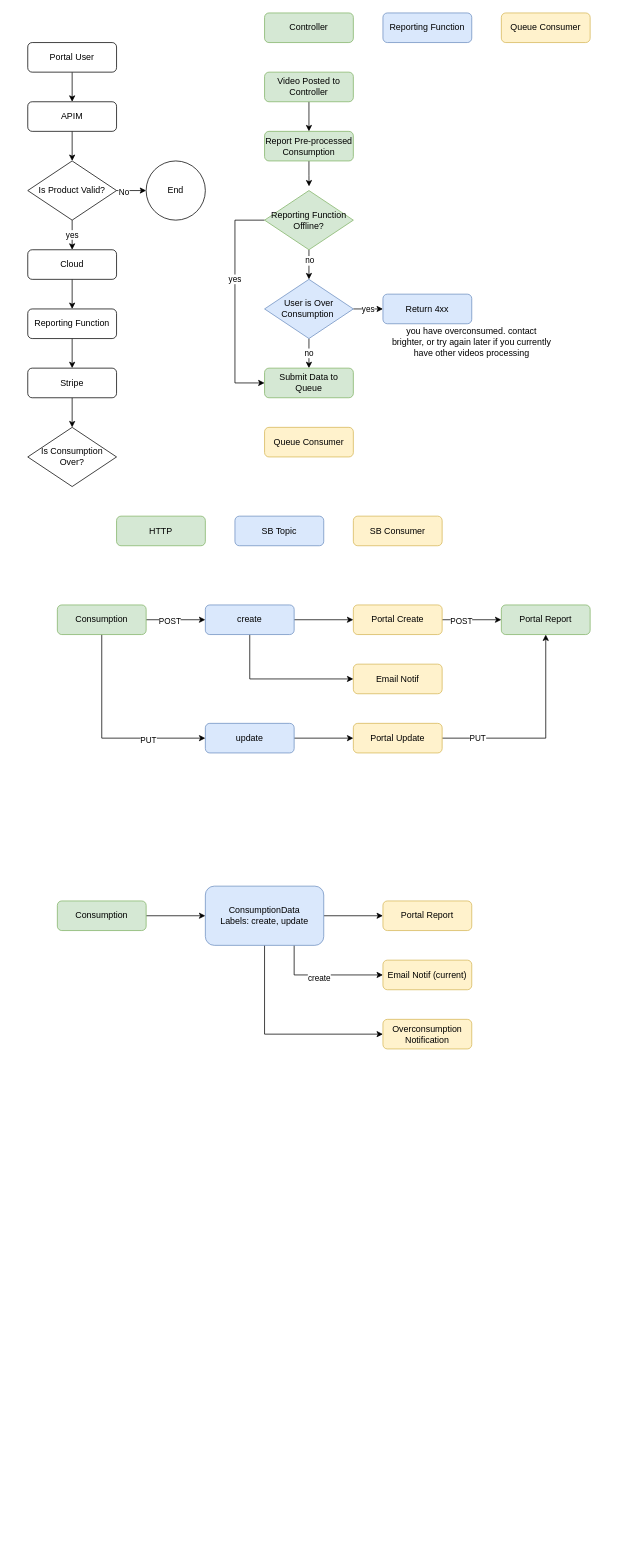
Earlier version of the draw.io diagram portal-pricing-change.drawio (fredyeah/diagrams). Source tidied: cells renumbered, new cells numbered last; positions are measured from the earlier drawing's top-left corner, leaving out a move shared by most shapes. Both pictures are drawn from the tidied source at 74%, with x=0, y=0 at pixel (27, 13).
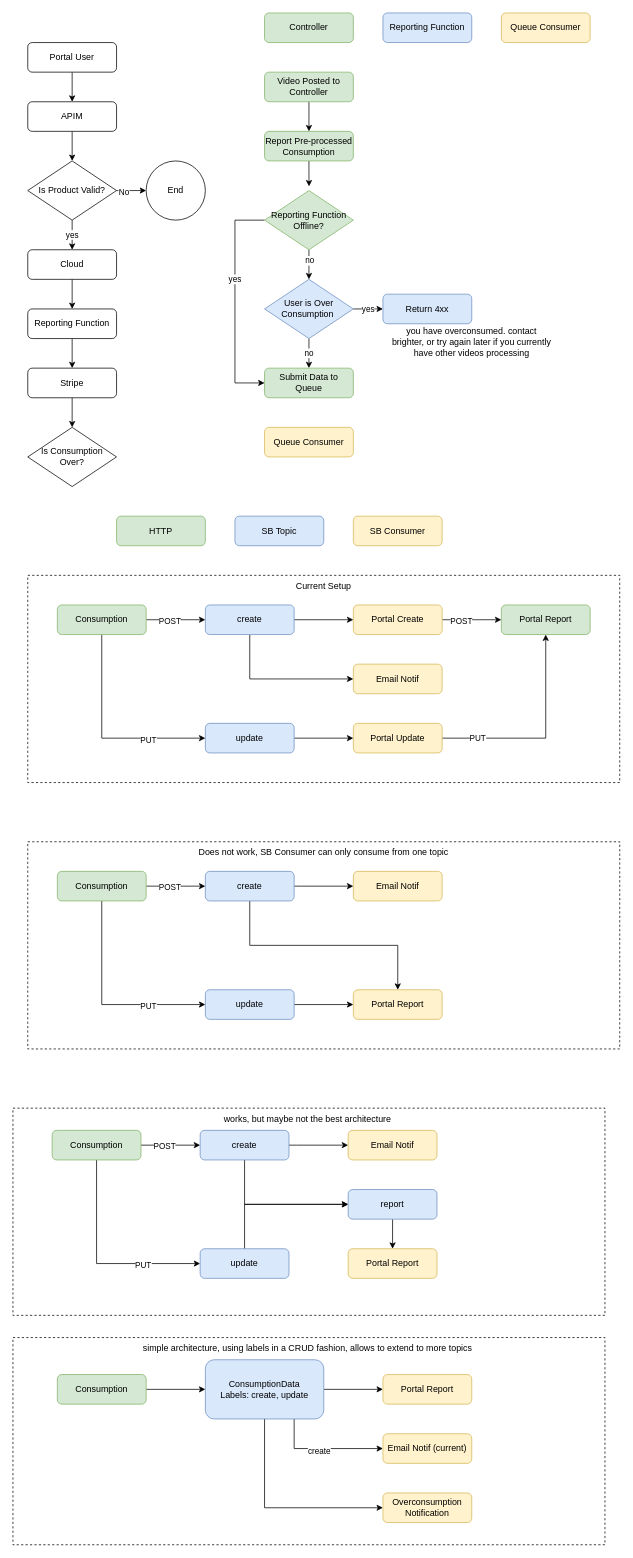
The same page after the edit.

Change to the diagram source:
```diff
@@
+    <mxCell id="68" style="rounded=0;whiteSpace=wrap;html=1;fillColor=default;dashed=1;" parent="1" vertex="1">
+      <mxGeometry x="-20" y="1790" width="800" height="280" as="geometry" />
+    </mxCell>
+    <mxCell id="69" value="simple architecture, using labels in a CRUD fashion, allows to extend to more topics&amp;nbsp;" style="text;html=1;strokeColor=none;fillColor=none;align=center;verticalAlign=middle;whiteSpace=wrap;rounded=0;" parent="1" vertex="1">
+      <mxGeometry x="130" y="1790" width="500" height="30" as="geometry" />
+    </mxCell>
+    <mxCell id="70" style="rounded=0;whiteSpace=wrap;html=1;fillColor=default;dashed=1;" parent="1" vertex="1">
+      <mxGeometry x="-20" y="1480" width="800" height="280" as="geometry" />
+    </mxCell>
+    <mxCell id="71" value="works, but maybe not the best architecture&amp;nbsp;" style="text;html=1;strokeColor=none;fillColor=none;align=center;verticalAlign=middle;whiteSpace=wrap;rounded=0;" parent="1" vertex="1">
+      <mxGeometry x="130" y="1480" width="500" height="30" as="geometry" />
+    </mxCell>
+    <mxCell id="72" style="rounded=0;whiteSpace=wrap;html=1;fillColor=default;dashed=1;" parent="1" vertex="1">
+      <mxGeometry y="1120" width="800" height="280" as="geometry" />
+    </mxCell>
+    <mxCell id="73" value="Does not work, SB Consumer can only consume from one topic" style="text;html=1;strokeColor=none;fillColor=none;align=center;verticalAlign=middle;whiteSpace=wrap;rounded=0;" parent="1" vertex="1">
+      <mxGeometry x="150" y="1120" width="500" height="30" as="geometry" />
+    </mxCell>
+    <mxCell id="74" style="rounded=0;whiteSpace=wrap;html=1;fillColor=default;dashed=1;" parent="1" vertex="1">
+      <mxGeometry y="760" width="800" height="280" as="geometry" />
+    </mxCell>
@@
     <mxCell id="59" value="Consumption" style="rounded=1;whiteSpace=wrap;html=1;fillColor=#d5e8d4;strokeColor=#82b366;" parent="1" vertex="1">
-      <mxGeometry x="40" y="1200" width="120" height="40" as="geometry" />
+      <mxGeometry x="40" y="1840" width="120" height="40" as="geometry" />
     </mxCell>
@@
     <mxCell id="61" style="edgeStyle=orthogonalEdgeStyle;rounded=0;jettySize=auto;html=1;entryX=0;entryY=0.5;entryDx=0;entryDy=0;" parent="1" edge="1" source="64" target="66">
       <mxGeometry relative="1" as="geometry">
         <Array as="points">
-          <mxPoint x="360" y="1300" />
+          <mxPoint x="360" y="1940" />
         </Array>
       </mxGeometry>
     </mxCell>
@@
     <mxCell id="63" style="edgeStyle=orthogonalEdgeStyle;rounded=0;jettySize=auto;html=1;entryX=0;entryY=0.5;entryDx=0;entryDy=0;" parent="1" edge="1" source="64" target="67">
       <mxGeometry relative="1" as="geometry">
         <Array as="points">
-          <mxPoint x="320" y="1380" />
+          <mxPoint x="320" y="2020" />
         </Array>
       </mxGeometry>
     </mxCell>
     <mxCell id="64" value="ConsumptionData&lt;br&gt;Labels:&amp;nbsp;create, update" style="rounded=1;whiteSpace=wrap;html=1;fillColor=#dae8fc;strokeColor=#6c8ebf;" parent="1" vertex="1">
-      <mxGeometry x="240" y="1180" width="160" height="80" as="geometry" />
+      <mxGeometry x="240" y="1820" width="160" height="80" as="geometry" />
     </mxCell>
     <mxCell id="65" value="Portal Report" style="rounded=1;whiteSpace=wrap;html=1;fillColor=#fff2cc;strokeColor=#d6b656;" parent="1" vertex="1">
-      <mxGeometry x="480" y="1200" width="120" height="40" as="geometry" />
+      <mxGeometry x="480" y="1840" width="120" height="40" as="geometry" />
     </mxCell>
     <mxCell id="66" value="Email Notif (current)" style="rounded=1;whiteSpace=wrap;html=1;fillColor=#fff2cc;strokeColor=#d6b656;" parent="1" vertex="1">
-      <mxGeometry x="480" y="1280" width="120" height="40" as="geometry" />
+      <mxGeometry x="480" y="1920" width="120" height="40" as="geometry" />
     </mxCell>
     <mxCell id="67" value="Overconsumption Notification" style="rounded=1;whiteSpace=wrap;html=1;fillColor=#fff2cc;strokeColor=#d6b656;" parent="1" vertex="1">
-      <mxGeometry x="480" y="1360" width="120" height="40" as="geometry" />
+      <mxGeometry x="480" y="2000" width="120" height="40" as="geometry" />
     </mxCell>
+    <mxCell id="75" style="edgeStyle=orthogonalEdgeStyle;rounded=0;jettySize=auto;html=1;entryX=0;entryY=0.5;entryDx=0;entryDy=0;" parent="1" edge="1" source="79" target="82">
+      <mxGeometry relative="1" as="geometry" />
+    </mxCell>
+    <mxCell id="76" value="POST" style="edgeLabel;html=1;align=center;verticalAlign=middle;" parent="75" vertex="1">
+      <mxGeometry x="-0.2" y="-1" relative="1" as="geometry">
+        <mxPoint x="-1" as="offset" />
+      </mxGeometry>
+    </mxCell>
+    <mxCell id="77" style="edgeStyle=orthogonalEdgeStyle;rounded=0;jettySize=auto;html=1;entryX=0;entryY=0.5;entryDx=0;entryDy=0;" parent="1" edge="1" source="79" target="84">
+      <mxGeometry relative="1" as="geometry">
+        <Array as="points">
+          <mxPoint x="100" y="1340" />
+        </Array>
+      </mxGeometry>
+    </mxCell>
+    <mxCell id="78" value="PUT" style="edgeLabel;html=1;align=center;verticalAlign=middle;" parent="77" vertex="1">
+      <mxGeometry x="0.45" y="-2" relative="1" as="geometry">
+        <mxPoint x="-1" as="offset" />
+      </mxGeometry>
+    </mxCell>
+    <mxCell id="79" value="Consumption" style="rounded=1;whiteSpace=wrap;html=1;fillColor=#d5e8d4;strokeColor=#82b366;" parent="1" vertex="1">
+      <mxGeometry x="40" y="1160" width="120" height="40" as="geometry" />
+    </mxCell>
+    <mxCell id="80" style="edgeStyle=orthogonalEdgeStyle;rounded=0;jettySize=auto;html=1;entryX=0;entryY=0.5;entryDx=0;entryDy=0;" parent="1" edge="1" source="82" target="85">
+      <mxGeometry relative="1" as="geometry">
+        <Array as="points">
+          <mxPoint x="370" y="1180" />
+          <mxPoint x="370" y="1180" />
+        </Array>
+      </mxGeometry>
+    </mxCell>
+    <mxCell id="81" style="edgeStyle=orthogonalEdgeStyle;rounded=0;jettySize=auto;html=1;entryX=0.5;entryY=0;entryDx=0;entryDy=0;" parent="1" edge="1" source="82" target="86">
+      <mxGeometry relative="1" as="geometry">
+        <Array as="points">
+          <mxPoint x="300" y="1260" />
+          <mxPoint x="500" y="1260" />
+        </Array>
+      </mxGeometry>
+    </mxCell>
+    <mxCell id="82" value="create" style="rounded=1;whiteSpace=wrap;html=1;fillColor=#dae8fc;strokeColor=#6c8ebf;" parent="1" vertex="1">
+      <mxGeometry x="240" y="1160" width="120" height="40" as="geometry" />
+    </mxCell>
+    <mxCell id="83" style="edgeStyle=orthogonalEdgeStyle;rounded=0;jettySize=auto;html=1;entryX=0;entryY=0.5;entryDx=0;entryDy=0;" parent="1" edge="1" source="84" target="86">
+      <mxGeometry relative="1" as="geometry" />
+    </mxCell>
+    <mxCell id="84" value="update" style="rounded=1;whiteSpace=wrap;html=1;fillColor=#dae8fc;strokeColor=#6c8ebf;" parent="1" vertex="1">
+      <mxGeometry x="240" y="1320" width="120" height="40" as="geometry" />
+    </mxCell>
+    <mxCell id="85" value="Email Notif" style="rounded=1;whiteSpace=wrap;html=1;fillColor=#fff2cc;strokeColor=#d6b656;" parent="1" vertex="1">
+      <mxGeometry x="440" y="1160" width="120" height="40" as="geometry" />
+    </mxCell>
+    <mxCell id="86" value="Portal Report" style="rounded=1;whiteSpace=wrap;html=1;fillColor=#fff2cc;strokeColor=#d6b656;" parent="1" vertex="1">
+      <mxGeometry x="440" y="1320" width="120" height="40" as="geometry" />
+    </mxCell>
+    <mxCell id="87" style="edgeStyle=orthogonalEdgeStyle;rounded=0;jettySize=auto;html=1;entryX=0;entryY=0.5;entryDx=0;entryDy=0;" parent="1" edge="1" source="91" target="94">
+      <mxGeometry relative="1" as="geometry" />
+    </mxCell>
+    <mxCell id="88" value="POST" style="edgeLabel;html=1;align=center;verticalAlign=middle;" parent="87" vertex="1">
+      <mxGeometry x="-0.2" y="-1" relative="1" as="geometry">
+        <mxPoint x="-1" as="offset" />
+      </mxGeometry>
+    </mxCell>
+    <mxCell id="89" style="edgeStyle=orthogonalEdgeStyle;rounded=0;jettySize=auto;html=1;entryX=0;entryY=0.5;entryDx=0;entryDy=0;" parent="1" edge="1" source="91" target="96">
+      <mxGeometry relative="1" as="geometry">
+        <Array as="points">
+          <mxPoint x="93" y="1690" />
+        </Array>
+      </mxGeometry>
+    </mxCell>
+    <mxCell id="90" value="PUT" style="edgeLabel;html=1;align=center;verticalAlign=middle;" parent="89" vertex="1">
+      <mxGeometry x="0.45" y="-2" relative="1" as="geometry">
+        <mxPoint x="-1" as="offset" />
+      </mxGeometry>
+    </mxCell>
+    <mxCell id="91" value="Consumption" style="rounded=1;whiteSpace=wrap;html=1;fillColor=#d5e8d4;strokeColor=#82b366;" parent="1" vertex="1">
+      <mxGeometry x="33" y="1510" width="120" height="40" as="geometry" />
+    </mxCell>
+    <mxCell id="92" style="edgeStyle=orthogonalEdgeStyle;rounded=0;jettySize=auto;html=1;entryX=0;entryY=0.5;entryDx=0;entryDy=0;" parent="1" edge="1" source="94" target="97">
+      <mxGeometry relative="1" as="geometry">
+        <Array as="points">
+          <mxPoint x="363" y="1530" />
+          <mxPoint x="363" y="1530" />
+        </Array>
+      </mxGeometry>
+    </mxCell>
+    <mxCell id="93" style="edgeStyle=orthogonalEdgeStyle;rounded=0;jettySize=auto;html=1;entryX=0;entryY=0.5;entryDx=0;entryDy=0;" parent="1" edge="1" source="94" target="100">
+      <mxGeometry relative="1" as="geometry">
+        <Array as="points">
+          <mxPoint x="293" y="1610" />
+        </Array>
+      </mxGeometry>
+    </mxCell>
+    <mxCell id="94" value="create" style="rounded=1;whiteSpace=wrap;html=1;fillColor=#dae8fc;strokeColor=#6c8ebf;" parent="1" vertex="1">
+      <mxGeometry x="233" y="1510" width="120" height="40" as="geometry" />
+    </mxCell>
+    <mxCell id="95" style="edgeStyle=orthogonalEdgeStyle;rounded=0;jettySize=auto;html=1;entryX=0;entryY=0.5;entryDx=0;entryDy=0;" parent="1" edge="1" source="96" target="100">
+      <mxGeometry relative="1" as="geometry">
+        <Array as="points">
+          <mxPoint x="293" y="1610" />
+        </Array>
+      </mxGeometry>
+    </mxCell>
+    <mxCell id="96" value="update" style="rounded=1;whiteSpace=wrap;html=1;fillColor=#dae8fc;strokeColor=#6c8ebf;" parent="1" vertex="1">
+      <mxGeometry x="233" y="1670" width="120" height="40" as="geometry" />
+    </mxCell>
+    <mxCell id="97" value="Email Notif" style="rounded=1;whiteSpace=wrap;html=1;fillColor=#fff2cc;strokeColor=#d6b656;" parent="1" vertex="1">
+      <mxGeometry x="433" y="1510" width="120" height="40" as="geometry" />
+    </mxCell>
+    <mxCell id="98" value="Portal Report" style="rounded=1;whiteSpace=wrap;html=1;fillColor=#fff2cc;strokeColor=#d6b656;" parent="1" vertex="1">
+      <mxGeometry x="433" y="1670" width="120" height="40" as="geometry" />
+    </mxCell>
+    <mxCell id="99" style="edgeStyle=orthogonalEdgeStyle;rounded=0;jettySize=auto;html=1;entryX=0.5;entryY=0;entryDx=0;entryDy=0;" parent="1" edge="1" source="100" target="98">
+      <mxGeometry relative="1" as="geometry" />
+    </mxCell>
+    <mxCell id="100" value="report" style="rounded=1;whiteSpace=wrap;html=1;fillColor=#dae8fc;strokeColor=#6c8ebf;" parent="1" vertex="1">
+      <mxGeometry x="433" y="1590" width="120" height="40" as="geometry" />
+    </mxCell>
+    <mxCell id="101" value="Current Setup" style="text;html=1;strokeColor=none;fillColor=none;align=center;verticalAlign=middle;whiteSpace=wrap;rounded=0;" parent="1" vertex="1">
+      <mxGeometry x="270" y="760" width="260" height="30" as="geometry" />
+    </mxCell>
```
